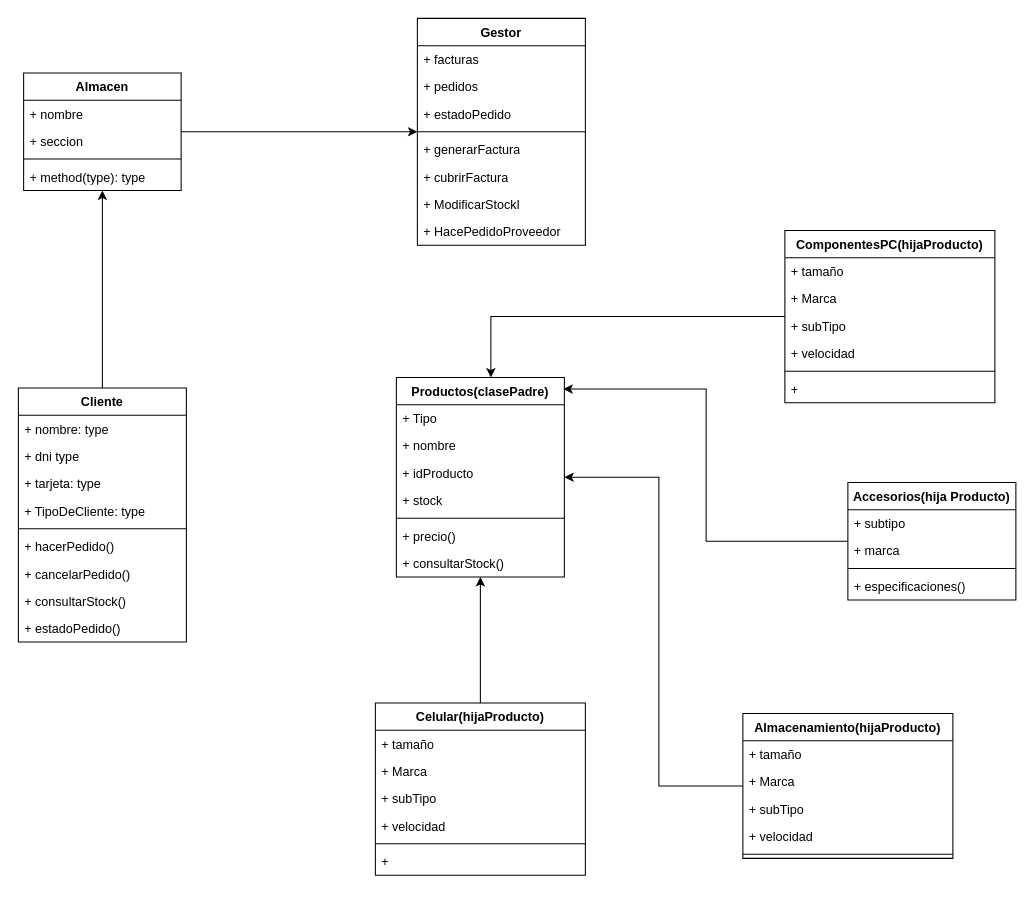
joeljnq/laEstanteria keeps this draw.io diagram as umlProyecto.drawio. Above is the earlier version. Source tidied: cells renumbered, new cells numbered last; positions are measured from the earlier drawing's top-left corner, leaving out a move shared by most shapes. Both pictures are drawn from the tidied source at 105%, with x=0, y=0 at pixel (18, 18).
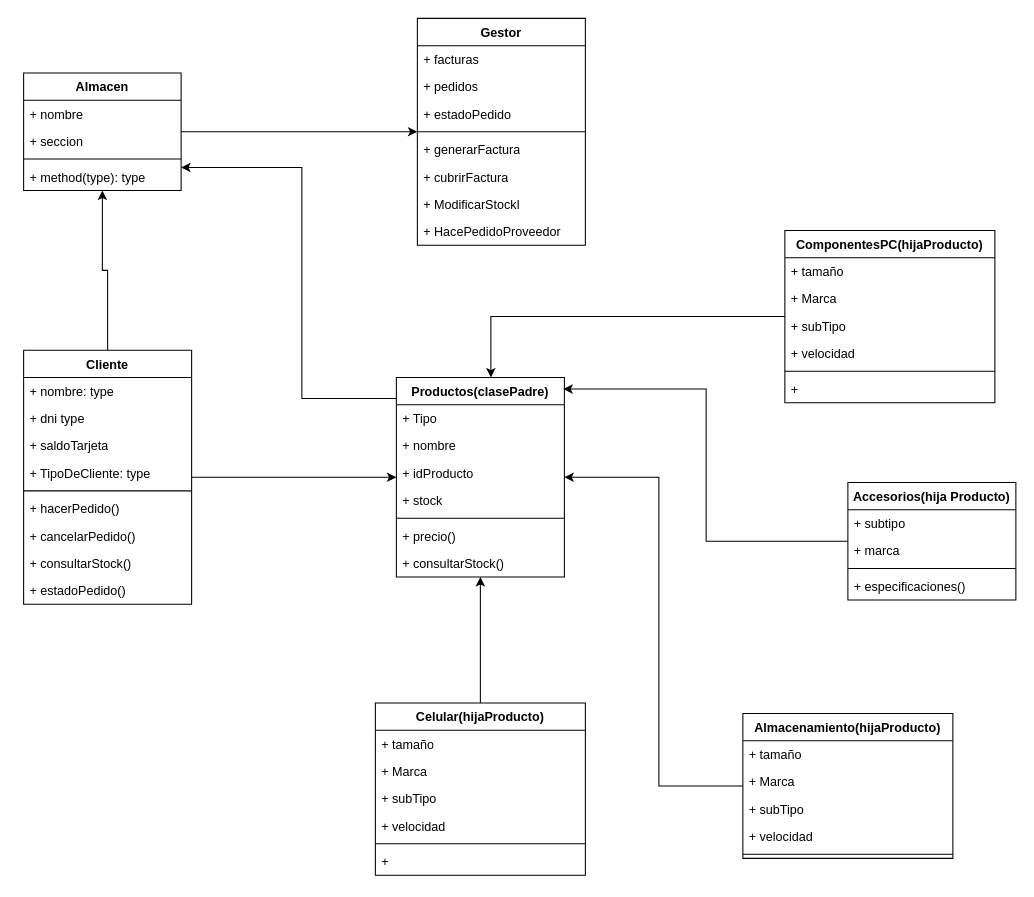
Above is the later version.

Unchanged cells that the change refers to:
```xml
<mxCell id="14" value="Almacen" style="swimlane;fontStyle=1;align=center;verticalAlign=top;horizontal=1;startSize=26;whiteSpace=wrap;html=1;" parent="1" vertex="1">
  <mxGeometry x="5" y="52" width="150" height="112" as="geometry" />
</mxCell>
<mxCell id="28" value="Productos(clasePadre)" style="swimlane;fontStyle=1;align=center;verticalAlign=top;horizontal=1;startSize=26;whiteSpace=wrap;html=1;" parent="1" vertex="1">
  <mxGeometry x="360" y="342" width="160" height="190" as="geometry" />
</mxCell>
```

Diff of the diagram source:
```diff
@@
+    <mxCell id="65" style="edgeStyle=orthogonalEdgeStyle;rounded=0;jettySize=auto;html=1;" parent="1" edge="1" source="3" target="28">
+      <mxGeometry relative="1" as="geometry" />
+    </mxCell>
     <mxCell id="3" value="Cliente" style="swimlane;fontStyle=1;align=center;verticalAlign=top;horizontal=1;startSize=26;whiteSpace=wrap;html=1;" parent="1" vertex="1">
-      <mxGeometry y="352" width="160" height="242" as="geometry" />
+      <mxGeometry x="5" y="316" width="160" height="242" as="geometry" />
     </mxCell>
@@
-    <mxCell id="6" value="+ tarjeta: type" style="text;strokeColor=none;fillColor=none;align=left;verticalAlign=top;spacingLeft=4;spacingRight=4;overflow=hidden;whiteSpace=wrap;html=1;" parent="3" vertex="1">
+    <mxCell id="6" value="+ saldoTarjeta" style="text;strokeColor=none;fillColor=none;align=left;verticalAlign=top;spacingLeft=4;spacingRight=4;overflow=hidden;whiteSpace=wrap;html=1;" parent="3" vertex="1">
       <mxGeometry y="78" width="160" height="26" as="geometry" />
     </mxCell>
@@
+    <mxCell id="66" style="edgeStyle=orthogonalEdgeStyle;rounded=0;jettySize=auto;html=1;" parent="1" edge="1" source="28" target="14">
+      <mxGeometry relative="1" as="geometry">
+        <Array as="points">
+          <mxPoint x="270" y="362" />
+          <mxPoint x="270" y="142" />
+        </Array>
+      </mxGeometry>
+    </mxCell>
```
